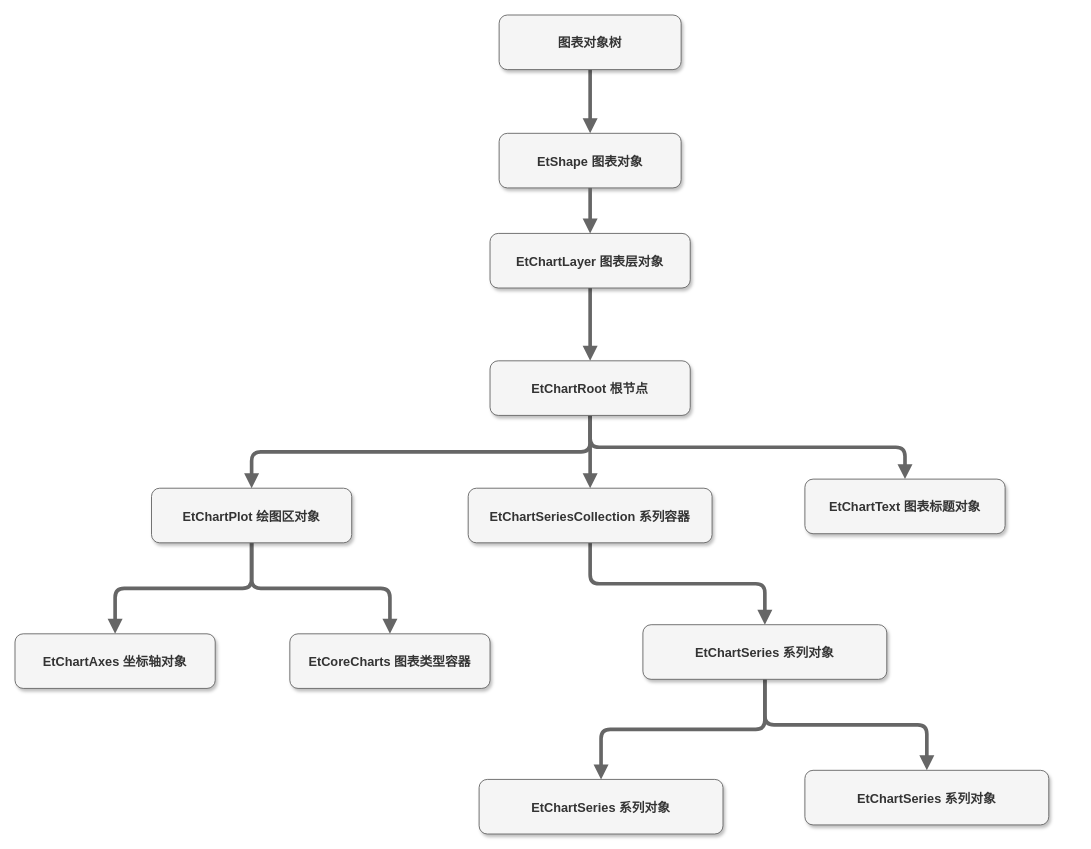
This is Untitled 11111Diagram.drawio from makepair/craft, a draw.io file, before an edit. Source tidied: cells renumbered, new cells numbered last; positions are measured from the earlier drawing's top-left corner, leaving out a move shared by most shapes. Both pictures are drawn from the tidied source at 91%, with x=0, y=0 at pixel (15, 15).
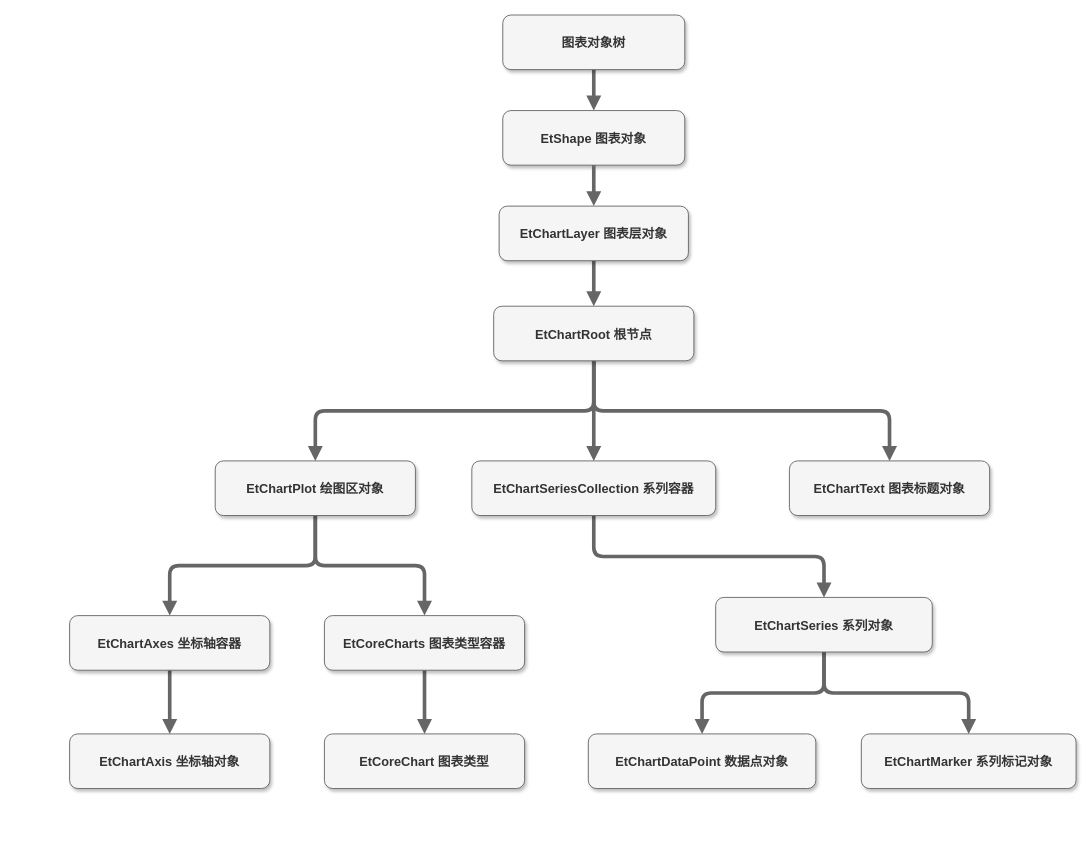
The same diagram, later.

Diff of the diagram source:
```diff
@@
     <mxCell id="3" value="图表对象树" style="rounded=1;fillColor=#f5f5f5;strokeColor=#666666;shadow=1;fontStyle=1;fontColor=#333333;fontSize=14;" parent="1" vertex="1">
-      <mxGeometry x="532" width="200" height="60" as="geometry" />
+      <mxGeometry x="536" width="200" height="60" as="geometry" />
     </mxCell>
     <mxCell id="4" value="EtShape 图表对象" style="rounded=1;fillColor=#f5f5f5;strokeColor=#666666;shadow=1;fontStyle=1;fontColor=#333333;fontSize=14;" parent="1" vertex="1">
-      <mxGeometry x="532" y="130" width="200" height="60" as="geometry" />
+      <mxGeometry x="536" y="105" width="200" height="60" as="geometry" />
     </mxCell>
@@
     <mxCell id="6" value="EtChartLayer 图表层对象" style="rounded=1;fillColor=#f5f5f5;strokeColor=#666666;shadow=1;fontStyle=1;fontColor=#333333;fontSize=14;" parent="1" vertex="1">
-      <mxGeometry x="522" y="240" width="220" height="60" as="geometry" />
+      <mxGeometry x="532" y="210" width="208" height="60" as="geometry" />
     </mxCell>
@@
     <mxCell id="10" value="EtChartRoot 根节点" style="rounded=1;fillColor=#f5f5f5;strokeColor=#666666;shadow=1;fontStyle=1;fontColor=#333333;fontSize=14;" parent="1" vertex="1">
-      <mxGeometry x="522" y="380" width="220" height="60" as="geometry" />
+      <mxGeometry x="526" y="320" width="220" height="60" as="geometry" />
     </mxCell>
     <mxCell id="11" value="EtChartText 图表标题对象" style="rounded=1;fillColor=#f5f5f5;strokeColor=#666666;shadow=1;fontStyle=1;fontColor=#333333;fontSize=14;" parent="1" vertex="1">
-      <mxGeometry x="868" y="510" width="220" height="60" as="geometry" />
+      <mxGeometry x="851" y="490" width="220" height="60" as="geometry" />
     </mxCell>
@@
     <mxCell id="13" value="EtChartSeriesCollection 系列容器" style="rounded=1;fillColor=#f5f5f5;strokeColor=#666666;shadow=1;fontStyle=1;fontColor=#333333;fontSize=14;" parent="1" vertex="1">
-      <mxGeometry x="498" y="520" width="268" height="60" as="geometry" />
+      <mxGeometry x="502" y="490" width="268" height="60" as="geometry" />
     </mxCell>
@@
     <mxCell id="16" value="EtChartSeries 系列对象" style="rounded=1;fillColor=#f5f5f5;strokeColor=#666666;shadow=1;fontStyle=1;fontColor=#333333;fontSize=14;" parent="1" vertex="1">
-      <mxGeometry x="690" y="670" width="268" height="60" as="geometry" />
+      <mxGeometry x="770" y="640" width="238" height="60" as="geometry" />
     </mxCell>
-    <mxCell id="17" value="EtChartSeries 系列对象" style="rounded=1;fillColor=#f5f5f5;strokeColor=#666666;shadow=1;fontStyle=1;fontColor=#333333;fontSize=14;" parent="1" vertex="1">
-      <mxGeometry x="868" y="830" width="268" height="60" as="geometry" />
+    <mxCell id="17" value="EtChartMarker 系列标记对象" style="rounded=1;fillColor=#f5f5f5;strokeColor=#666666;shadow=1;fontStyle=1;fontColor=#333333;fontSize=14;" parent="1" vertex="1">
+      <mxGeometry x="930" y="790" width="236" height="60" as="geometry" />
     </mxCell>
-    <mxCell id="18" value="EtChartSeries 系列对象" style="rounded=1;fillColor=#f5f5f5;strokeColor=#666666;shadow=1;fontStyle=1;fontColor=#333333;fontSize=14;" parent="1" vertex="1">
-      <mxGeometry x="510" y="840" width="268" height="60" as="geometry" />
+    <mxCell id="18" value="EtChartDataPoint 数据点对象" style="rounded=1;fillColor=#f5f5f5;strokeColor=#666666;shadow=1;fontStyle=1;fontColor=#333333;fontSize=14;" parent="1" vertex="1">
+      <mxGeometry x="630" y="790" width="250" height="60" as="geometry" />
     </mxCell>
@@
     <mxCell id="21" value="EtChartPlot 绘图区对象" style="rounded=1;fillColor=#f5f5f5;strokeColor=#666666;shadow=1;fontStyle=1;fontColor=#333333;fontSize=14;" parent="1" vertex="1">
-      <mxGeometry x="150" y="520" width="220" height="60" as="geometry" />
+      <mxGeometry x="220" y="490" width="220" height="60" as="geometry" />
     </mxCell>
+    <mxCell id="25" style="edgeStyle=elbowEdgeStyle;jettySize=auto;elbow=vertical;html=1;endArrow=block;endFill=1;strokeColor=#666666;strokeWidth=4;fillColor=#f5f5f5;" parent="1" edge="1" source="22" target="26">
+      <mxGeometry relative="1" as="geometry" />
+    </mxCell>
     <mxCell id="22" value="EtCoreCharts 图表类型容器" style="rounded=1;fillColor=#f5f5f5;strokeColor=#666666;shadow=1;fontStyle=1;fontColor=#333333;fontSize=14;" parent="1" vertex="1">
-      <mxGeometry x="302" y="680" width="220" height="60" as="geometry" />
+      <mxGeometry x="340" y="660" width="220" height="60" as="geometry" />
     </mxCell>
+    <mxCell id="26" value="EtCoreChart 图表类型" style="rounded=1;fillColor=#f5f5f5;strokeColor=#666666;shadow=1;fontStyle=1;fontColor=#333333;fontSize=14;" parent="1" vertex="1">
+      <mxGeometry x="340" y="790" width="220" height="60" as="geometry" />
+    </mxCell>
+    <mxCell id="27" style="edgeStyle=elbowEdgeStyle;jettySize=auto;elbow=vertical;html=1;endArrow=block;endFill=1;strokeColor=#666666;strokeWidth=4;fillColor=#f5f5f5;" parent="1" edge="1" source="23" target="28">
+      <mxGeometry relative="1" as="geometry" />
+    </mxCell>
-    <mxCell id="23" value="EtChartAxes 坐标轴对象" style="rounded=1;fillColor=#f5f5f5;strokeColor=#666666;shadow=1;fontStyle=1;fontColor=#333333;fontSize=14;" parent="1" vertex="1">
-      <mxGeometry y="680" width="220" height="60" as="geometry" />
+    <mxCell id="23" value="EtChartAxes 坐标轴容器" style="rounded=1;fillColor=#f5f5f5;strokeColor=#666666;shadow=1;fontStyle=1;fontColor=#333333;fontSize=14;" parent="1" vertex="1">
+      <mxGeometry x="60" y="660" width="220" height="60" as="geometry" />
     </mxCell>
+    <mxCell id="28" value="EtChartAxis 坐标轴对象" style="rounded=1;fillColor=#f5f5f5;strokeColor=#666666;shadow=1;fontStyle=1;fontColor=#333333;fontSize=14;" parent="1" vertex="1">
+      <mxGeometry x="60" y="790" width="220" height="60" as="geometry" />
+    </mxCell>
```
